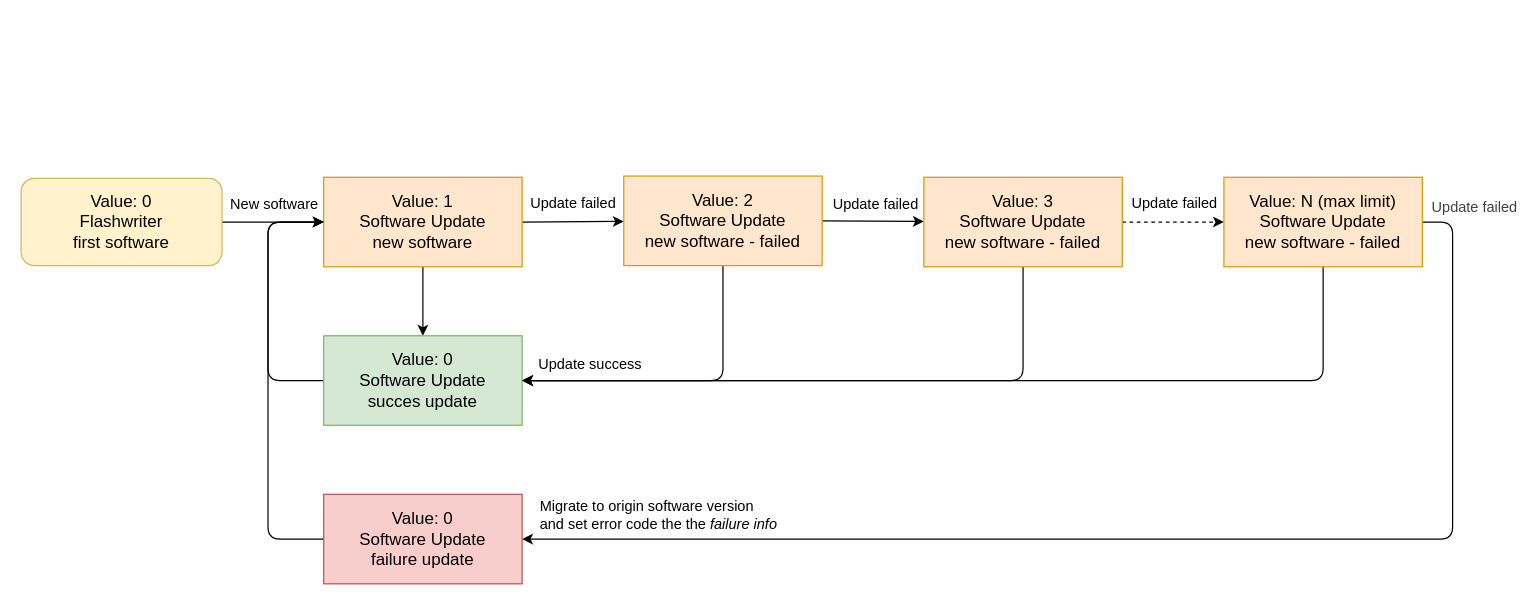
Earlier version of the draw.io diagram schematic/05-sw-flow-fimware-update-failure-count.drawio (petrkucerak/diplom-thesis). Source tidied: cells renumbered, new cells numbered last; positions are measured from the earlier drawing's top-left corner, leaving out a move shared by most shapes. Both pictures are drawn from the tidied source at 121%, with x=0, y=0 at pixel (21, 175).
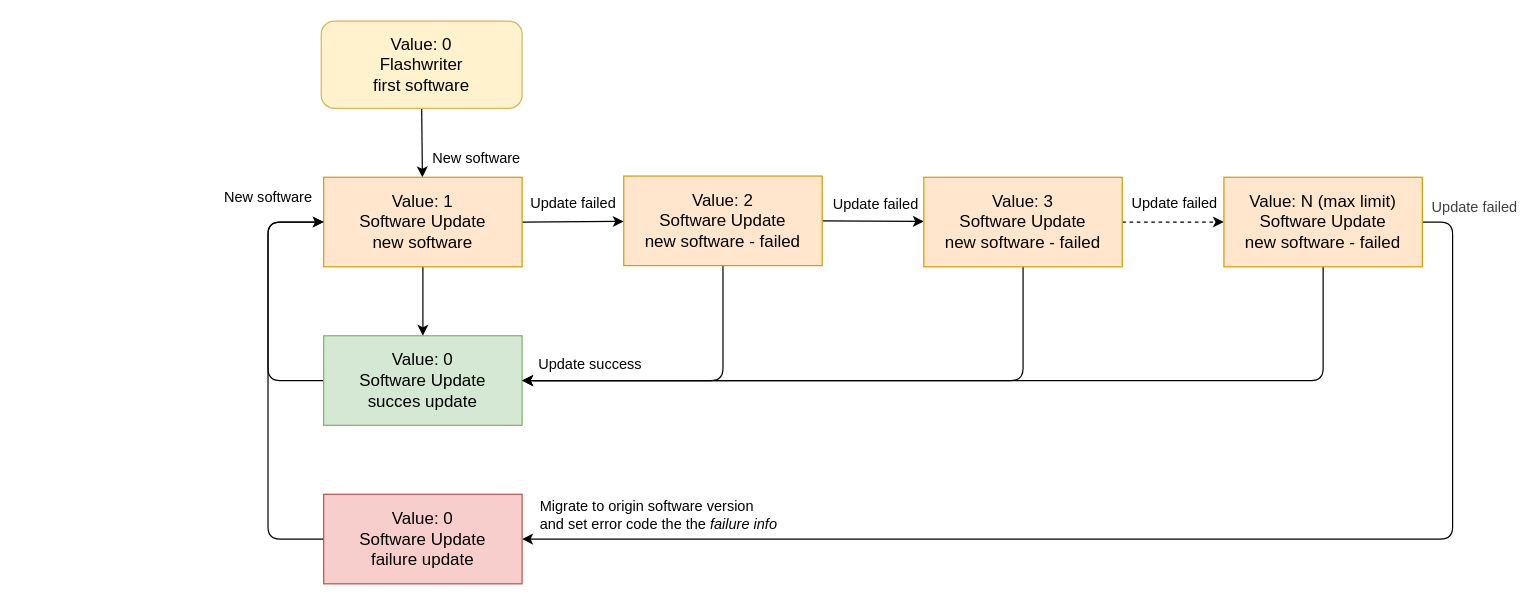
Above is the later version.

Unchanged cells that the change refers to:
```xml
<mxCell id="8" value="&lt;span style=&quot;font-size: 14px;&quot;&gt;Value: 1&lt;br&gt;Software Update&lt;/span&gt;&lt;div&gt;&lt;span style=&quot;font-size: 14px;&quot;&gt;new software&lt;/span&gt;&lt;/div&gt;" style="rounded=0;whiteSpace=wrap;html=1;fillColor=#ffe6cc;strokeColor=#d79b00;" parent="1" vertex="1">
  <mxGeometry x="250" y="1" width="164" height="74" as="geometry" />
</mxCell>
```

Diff of the diagram source:
```diff
@@
-    <mxCell id="2" style="edgeStyle=none;html=1;exitX=1;exitY=0.5;exitDx=0;exitDy=0;" parent="1" edge="1" source="4" target="8">
+    <mxCell id="2" style="edgeStyle=none;html=1;exitX=0.5;exitY=1;exitDx=0;exitDy=0;" parent="1" edge="1" source="4" target="8">
       <mxGeometry relative="1" as="geometry" />
     </mxCell>
-    <mxCell id="3" value="New software" style="edgeLabel;html=1;align=center;verticalAlign=middle;fontSize=12;" parent="2" vertex="1">
-      <mxGeometry x="-0.61" y="-2" relative="1" as="geometry">
-        <mxPoint x="26" y="-17" as="offset" />
-      </mxGeometry>
-    </mxCell>
+    <mxCell id="27" value="&lt;span style=&quot;color: rgb(0, 0, 0);&quot;&gt;New software&lt;/span&gt;" style="edgeLabel;html=1;align=center;verticalAlign=middle;fontSize=12;" parent="2" vertex="1">
+      <mxGeometry x="-0.22" y="2" relative="1" as="geometry">
+        <mxPoint x="42" y="20" as="offset" />
+      </mxGeometry>
+    </mxCell>
     <mxCell id="4" value="Value: 0&lt;br&gt;Flashwriter&lt;div&gt;first software&lt;/div&gt;" style="rounded=1;whiteSpace=wrap;html=1;fontSize=14;fillColor=#fff2cc;strokeColor=#d6b656;" parent="1" vertex="1">
-      <mxGeometry y="2" width="166" height="72" as="geometry" />
+      <mxGeometry x="248" y="-128" width="166" height="72" as="geometry" />
     </mxCell>
@@
+    <mxCell id="3" value="New software" style="edgeLabel;html=1;align=center;verticalAlign=middle;fontSize=12;" parent="1" vertex="1">
+      <mxGeometry x="205" y="18" as="geometry">
+        <mxPoint x="-2" y="-1" as="offset" />
+      </mxGeometry>
+    </mxCell>
```
